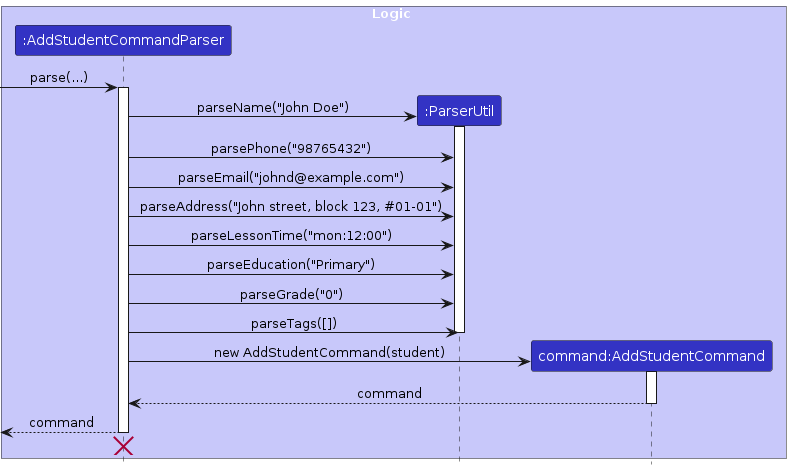
AY2425-CS2103T-T09-4/tp keeps this PlantUML diagram as diagrams/AddStudentParseSequenceDiagram.png. Above is the earlier version. Its source is kept beside it as diagrams/AddStudentParseSequenceDiagram.puml.
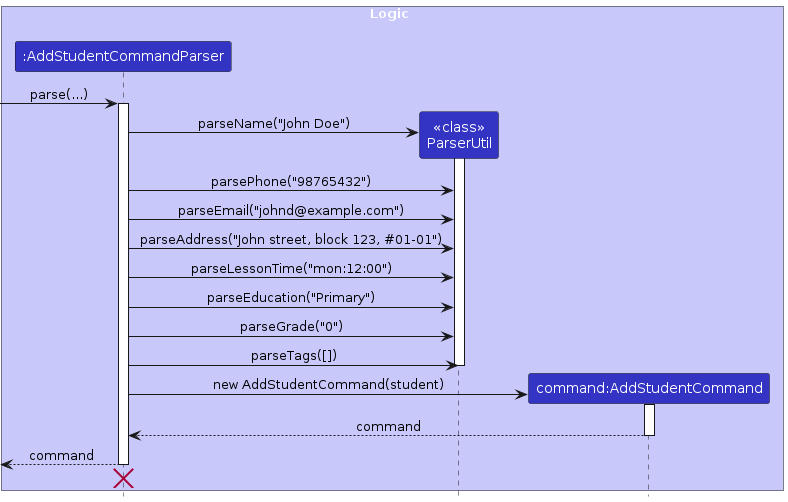
After the commit.

Diff of the diagram source:
```diff
@@ -4,7 +4,7 @@
 
 box Logic LOGIC_COLOR_T1
 participant ":AddStudentCommandParser" as AddStudentCommandParser LOGIC_COLOR
-participant ":ParserUtil" as ParserUtil LOGIC_COLOR
+participant "<<class>>\nParserUtil" as ParserUtil LOGIC_COLOR
 participant "command:AddStudentCommand" as AddStudentCommand LOGIC_COLOR
 end box
 
```
